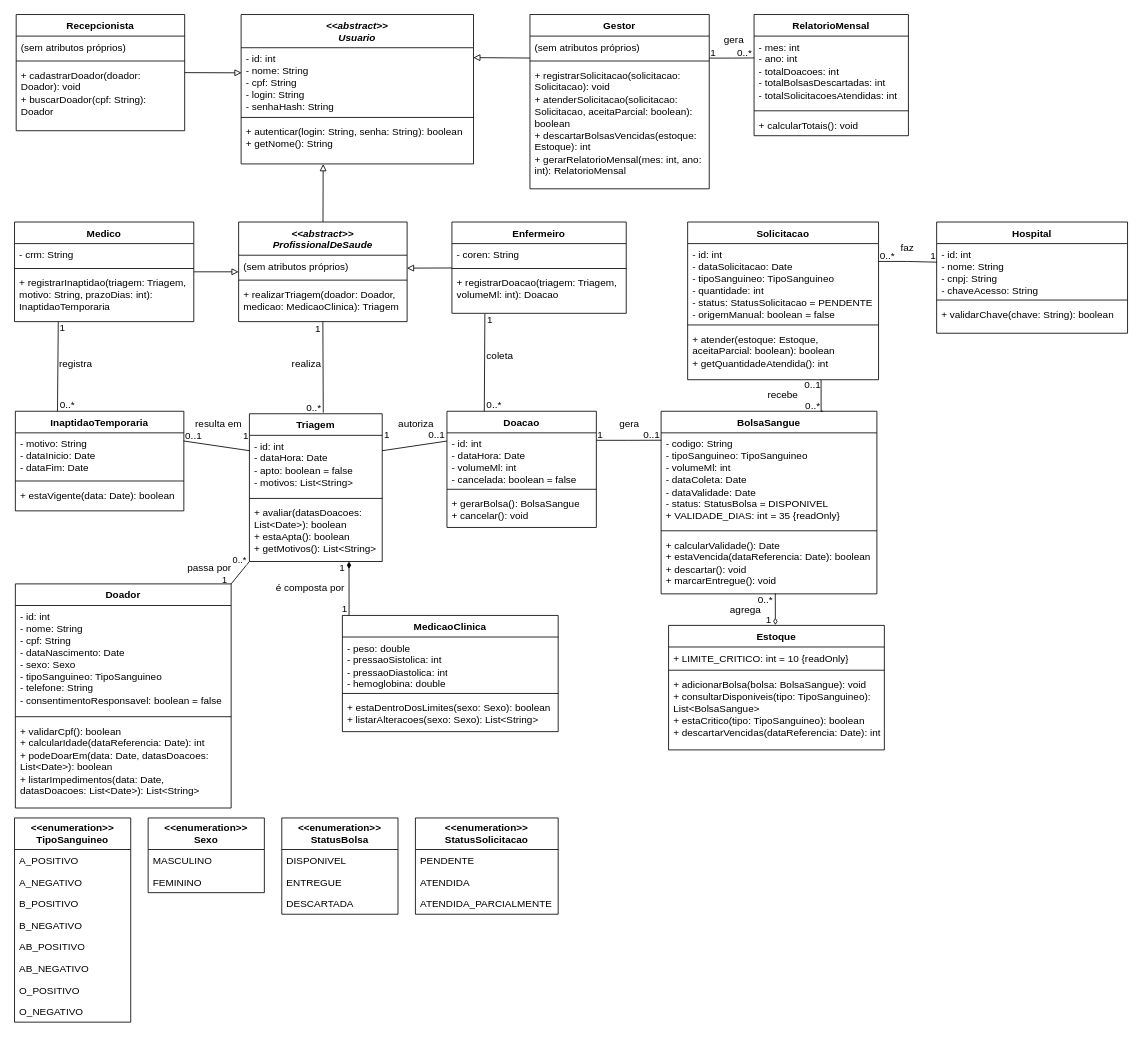
This is docs/diagrama-de-classes.drawio from Grabiie/hemocontrol, a draw.io file, before an edit. Source tidied: cells renumbered, new cells numbered last; positions are measured from the earlier drawing's top-left corner, leaving out a move shared by most shapes. Both pictures are drawn from the tidied source at 83%, with x=0, y=0 at pixel (14, 14).
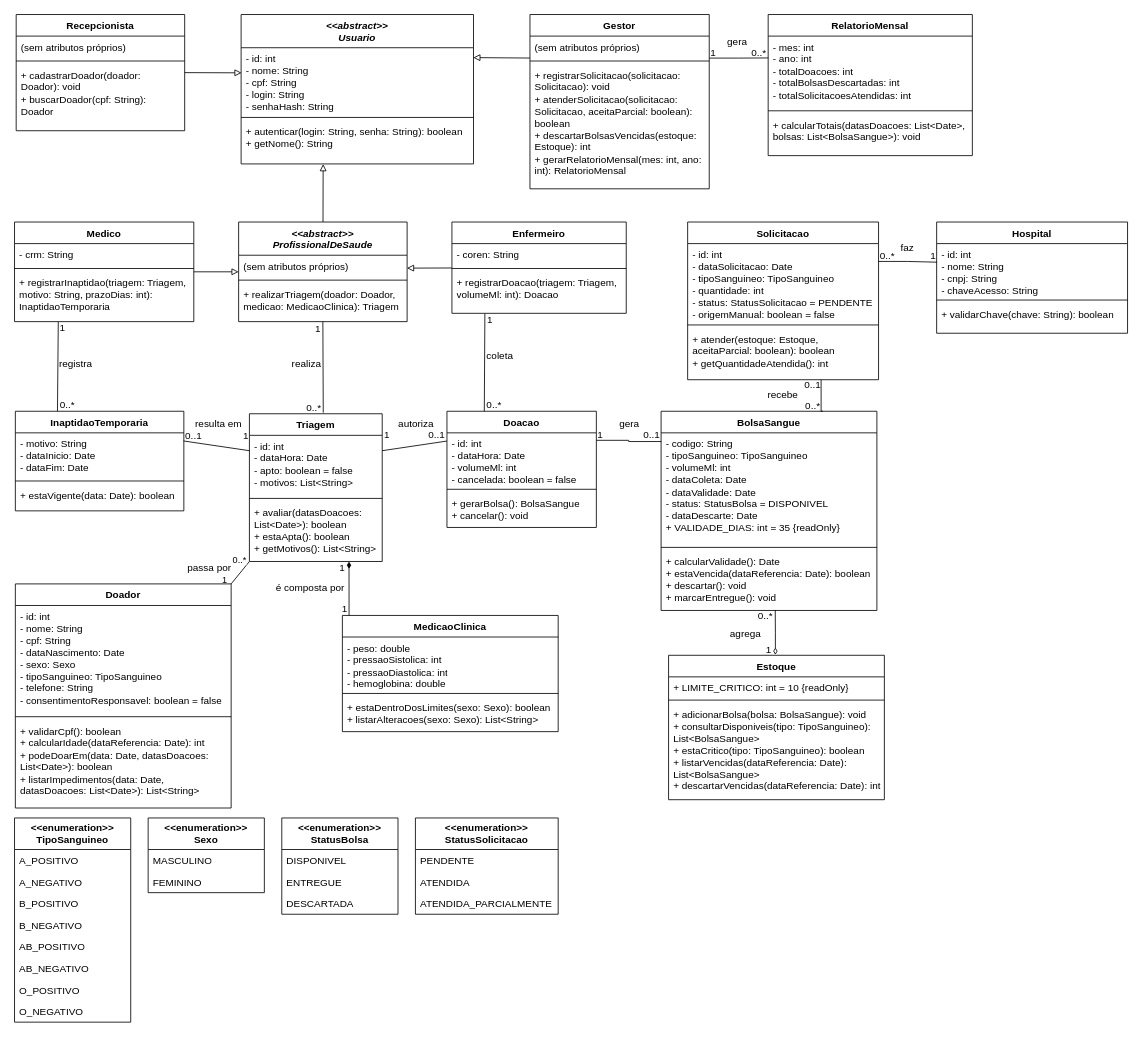
The same diagram, later.

Commit message (it also covers changes not shown here):
docs: atualiza diagramas com histórico e descarte

Diff of the diagram source:
```diff
@@
     <mxCell id="54" value="BolsaSangue&lt;div&gt;&lt;br/&gt;&lt;/div&gt;" style="swimlane;fontStyle=1;align=center;verticalAlign=top;horizontal=1;startSize=26;whiteSpace=wrap;html=1;" parent="1" vertex="1">
-      <mxGeometry x="779" y="478" width="260" height="220" as="geometry" />
+      <mxGeometry x="779" y="478" width="260" height="240" as="geometry" />
     </mxCell>
-    <mxCell id="55" value="- codigo: String&lt;br/&gt;- tipoSanguineo: TipoSanguineo&lt;br/&gt;- volumeMl: int&lt;br/&gt;- dataColeta: Date&lt;br/&gt;- dataValidade: Date&lt;br/&gt;- status: StatusBolsa = DISPONIVEL&lt;br/&gt;+ VALIDADE_DIAS: int = 35 {readOnly}" style="text;strokeColor=none;fillColor=none;align=left;verticalAlign=top;spacingLeft=4;spacingRight=4;overflow=hidden;points=[[0,0.5],[1,0.5]];portConstraint=eastwest;whiteSpace=wrap;html=1;" parent="54" vertex="1">
-      <mxGeometry y="26" width="260" height="114" as="geometry" />
+    <mxCell id="55" value="- codigo: String&lt;br&gt;- tipoSanguineo: TipoSanguineo&lt;br&gt;- volumeMl: int&lt;br&gt;- dataColeta: Date&lt;br&gt;- dataValidade: Date&lt;br&gt;- status: StatusBolsa = DISPONIVEL&lt;br&gt;- dataDescarte: Date&lt;br&gt;+ VALIDADE_DIAS: int = 35 {readOnly}" style="text;strokeColor=none;fillColor=none;align=left;verticalAlign=top;spacingLeft=4;spacingRight=4;overflow=hidden;points=[[0,0.5],[1,0.5]];portConstraint=eastwest;whiteSpace=wrap;html=1;" parent="54" vertex="1">
+      <mxGeometry y="26" width="260" height="134" as="geometry" />
     </mxCell>
     <mxCell id="56" style="line;strokeWidth=1;fillColor=none;align=left;verticalAlign=middle;spacingTop=-1;spacingLeft=3;spacingRight=3;labelPosition=right;strokeColor=inherit;labelPerimeter=1;" parent="54" vertex="1">
-      <mxGeometry y="140" width="260" height="8" as="geometry" />
+      <mxGeometry y="160" width="260" height="8" as="geometry" />
     </mxCell>
     <mxCell id="57" value="+ calcularValidade(): Date&lt;br/&gt;+ estaVencida(dataReferencia: Date): boolean&lt;br/&gt;+ descartar(): void&lt;br/&gt;+ marcarEntregue(): void" style="text;strokeColor=none;fillColor=none;align=left;verticalAlign=top;spacingLeft=4;spacingRight=4;overflow=hidden;points=[[0,0.5],[1,0.5]];portConstraint=eastwest;whiteSpace=wrap;html=1;" parent="54" vertex="1">
-      <mxGeometry y="148" width="260" height="72" as="geometry" />
+      <mxGeometry y="168" width="260" height="72" as="geometry" />
     </mxCell>
     <mxCell id="58" value="Estoque&lt;div&gt;&lt;br/&gt;&lt;/div&gt;" style="swimlane;fontStyle=1;align=center;verticalAlign=top;horizontal=1;startSize=26;whiteSpace=wrap;html=1;" parent="1" vertex="1">
-      <mxGeometry x="788" y="736" width="260" height="150" as="geometry" />
+      <mxGeometry x="788" y="772" width="260" height="174" as="geometry" />
     </mxCell>
@@
-    <mxCell id="61" value="+ adicionarBolsa(bolsa: BolsaSangue): void&lt;br/&gt;+ consultarDisponiveis(tipo: TipoSanguineo): List&amp;lt;BolsaSangue&amp;gt;&lt;br/&gt;+ estaCritico(tipo: TipoSanguineo): boolean&lt;br/&gt;+ descartarVencidas(dataReferencia: Date): int" style="text;strokeColor=none;fillColor=none;align=left;verticalAlign=top;spacingLeft=4;spacingRight=4;overflow=hidden;whiteSpace=wrap;html=1;" parent="58" vertex="1">
-      <mxGeometry y="58" width="260" height="92" as="geometry" />
+    <mxCell id="61" value="+ adicionarBolsa(bolsa: BolsaSangue): void&lt;br&gt;+ consultarDisponiveis(tipo: TipoSanguineo): List&amp;lt;BolsaSangue&amp;gt;&lt;br&gt;+ estaCritico(tipo: TipoSanguineo): boolean&lt;br&gt;+ listarVencidas(dataReferencia: Date): List&amp;lt;BolsaSangue&amp;gt;&lt;br&gt;+ descartarVencidas(dataReferencia: Date): int" style="text;strokeColor=none;fillColor=none;align=left;verticalAlign=top;spacingLeft=4;spacingRight=4;overflow=hidden;whiteSpace=wrap;html=1;" parent="58" vertex="1">
+      <mxGeometry y="58" width="260" height="116" as="geometry" />
     </mxCell>
@@
     <mxCell id="70" value="RelatorioMensal&lt;div&gt;&lt;br/&gt;&lt;/div&gt;" style="swimlane;fontStyle=1;align=center;verticalAlign=top;horizontal=1;startSize=26;whiteSpace=wrap;html=1;" parent="1" vertex="1">
-      <mxGeometry x="891" width="186" height="146" as="geometry" />
+      <mxGeometry x="908" width="246" height="170" as="geometry" />
     </mxCell>
     <mxCell id="71" value="- mes: int&lt;br/&gt;- ano: int&lt;br/&gt;- totalDoacoes: int&lt;br/&gt;- totalBolsasDescartadas: int&lt;br/&gt;- totalSolicitacoesAtendidas: int" style="text;strokeColor=none;fillColor=none;align=left;verticalAlign=top;spacingLeft=4;spacingRight=4;overflow=hidden;points=[[0,0.5],[1,0.5]];portConstraint=eastwest;whiteSpace=wrap;html=1;" parent="70" vertex="1">
-      <mxGeometry y="26" width="186" height="86" as="geometry" />
+      <mxGeometry y="26" width="246" height="86" as="geometry" />
     </mxCell>
     <mxCell id="72" style="line;strokeWidth=1;fillColor=none;align=left;verticalAlign=middle;spacingTop=-1;spacingLeft=3;spacingRight=3;labelPosition=right;strokeColor=inherit;labelPerimeter=1;" parent="70" vertex="1">
-      <mxGeometry y="112" width="186" height="8" as="geometry" />
+      <mxGeometry y="112" width="246" height="8" as="geometry" />
     </mxCell>
-    <mxCell id="73" value="+ calcularTotais(): void" style="text;strokeColor=none;fillColor=none;align=left;verticalAlign=top;spacingLeft=4;spacingRight=4;overflow=hidden;whiteSpace=wrap;html=1;" parent="70" vertex="1">
-      <mxGeometry y="120" width="186" height="26" as="geometry" />
+    <mxCell id="73" value="+ calcularTotais(datasDoacoes: List&amp;lt;Date&amp;gt;, bolsas: List&amp;lt;BolsaSangue&amp;gt;): void" style="text;strokeColor=none;fillColor=none;align=left;verticalAlign=top;spacingLeft=4;spacingRight=4;overflow=hidden;whiteSpace=wrap;html=1;" parent="70" vertex="1">
+      <mxGeometry y="120" width="246" height="50" as="geometry" />
     </mxCell>
@@
     <mxCell id="116" value="1" style="text;html=1;whiteSpace=wrap;strokeColor=none;fillColor=none;align=center;verticalAlign=middle;rounded=0;" parent="1" vertex="1">
-      <mxGeometry x="879" y="715" width="60" height="30" as="geometry" />
+      <mxGeometry x="879" y="751" width="60" height="30" as="geometry" />
     </mxCell>
     <mxCell id="117" value="0..*" style="text;html=1;whiteSpace=wrap;strokeColor=none;fillColor=none;align=center;verticalAlign=middle;rounded=0;" parent="1" vertex="1">
-      <mxGeometry x="875" y="690" width="60" height="30" as="geometry" />
+      <mxGeometry x="875" y="710" width="60" height="30" as="geometry" />
     </mxCell>
@@
     <mxCell id="125" value="0..*" style="text;html=1;whiteSpace=wrap;strokeColor=none;fillColor=none;align=center;verticalAlign=middle;rounded=0;" parent="1" vertex="1">
-      <mxGeometry x="850" y="31" width="60" height="30" as="geometry" />
+      <mxGeometry x="867" y="31" width="60" height="30" as="geometry" />
     </mxCell>
@@
     <mxCell id="135" value="agrega" style="text;html=1;whiteSpace=wrap;strokeColor=none;fillColor=none;align=center;verticalAlign=middle;rounded=0;" parent="1" vertex="1">
-      <mxGeometry x="851" y="702" width="60" height="30" as="geometry" />
+      <mxGeometry x="851" y="731" width="60" height="30" as="geometry" />
     </mxCell>
@@
     <mxCell id="138" value="gera" style="text;html=1;whiteSpace=wrap;strokeColor=none;fillColor=none;align=center;verticalAlign=middle;rounded=0;" parent="1" vertex="1">
-      <mxGeometry x="837" y="16" width="60" height="30" as="geometry" />
+      <mxGeometry x="841" y="18" width="60" height="30" as="geometry" />
     </mxCell>
```
